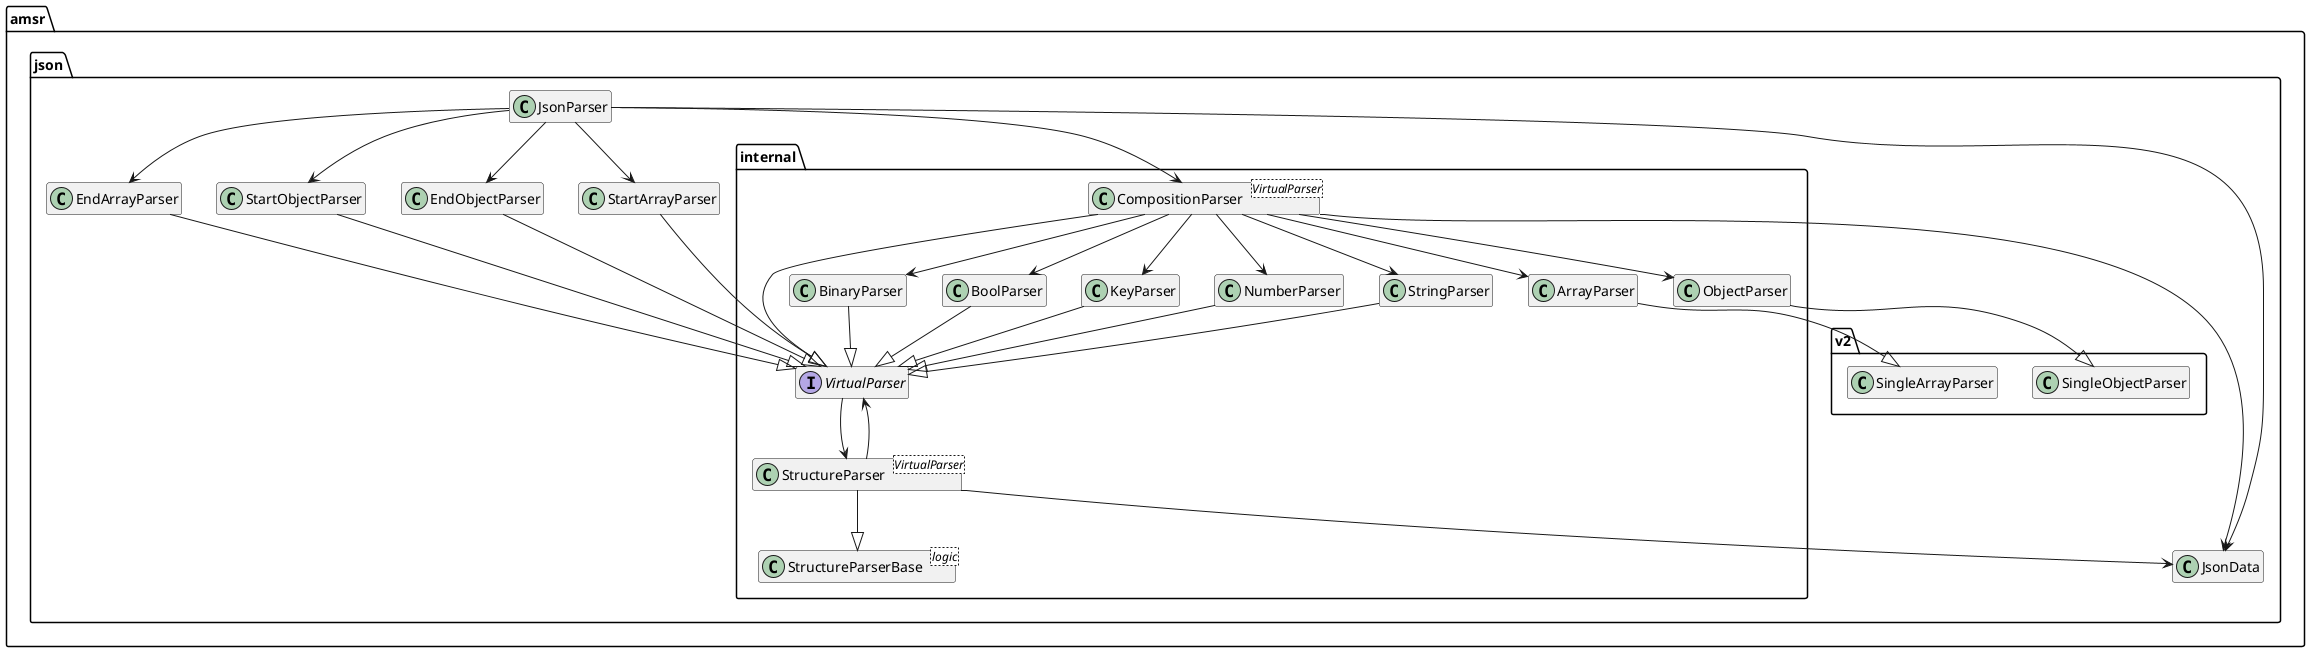
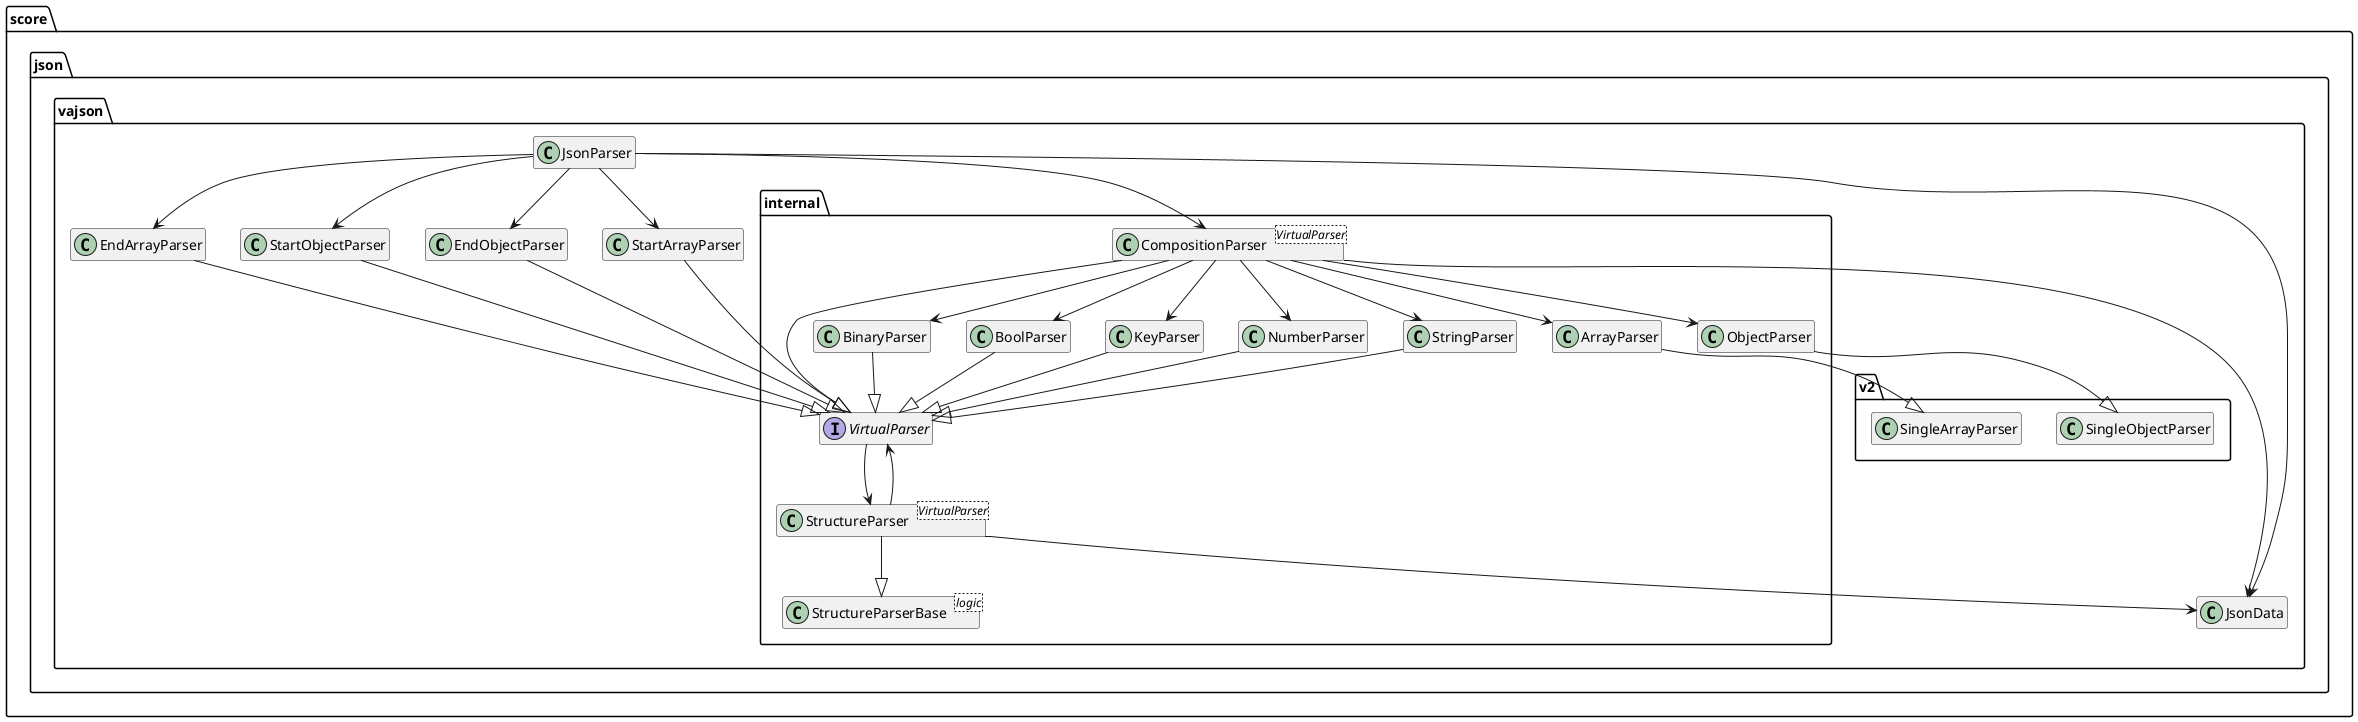
@startuml

hide empty members

- package "amsr" {
+ package "score" {
  package "json" {
+     package "vajson" {

    class JsonParser {
    }

    class StartObjectParser {}

    class EndObjectParser {}

    class StartArrayParser {}

    class EndArrayParser {}

    class JsonData {}



    package "internal" {
      Interface VirtualParser {}

      class StructureParser<VirtualParser> {}
      class StructureParserBase<logic> {}

      class CompositionParser<VirtualParser> {}
      class CompositionParser {}
      class ArrayParser {}
      class BinaryParser {}
      class BoolParser {}
      class KeyParser {}
      class NumberParser {}
      class ObjectParser {}
      class StringParser {}
      CompositionParser --> BinaryParser
      CompositionParser --> ArrayParser
      CompositionParser --> ObjectParser
      CompositionParser --> KeyParser
      CompositionParser --> NumberParser
      CompositionParser --> StringParser
      CompositionParser --> BoolParser
    }

    package "v2" {
      class SingleArrayParser {}
      class SingleObjectParser {}
    }

    JsonParser --> CompositionParser
    JsonParser --> StartObjectParser
    JsonParser --> EndObjectParser
    JsonParser --> StartArrayParser
    JsonParser --> EndArrayParser
    JsonParser --> JsonData

    StartObjectParser --|> VirtualParser
    EndObjectParser --|> VirtualParser
    StartArrayParser --|> VirtualParser
    EndArrayParser --|> VirtualParser
    BinaryParser --|> VirtualParser
    BoolParser --|> VirtualParser
    KeyParser --|> VirtualParser
    NumberParser --|> VirtualParser
    StringParser --|> VirtualParser

    CompositionParser --|> VirtualParser
    CompositionParser --> JsonData

    VirtualParser --> StructureParser

    StructureParser --> JsonData
    StructureParser --|> StructureParserBase
    StructureParser --> VirtualParser
    ArrayParser --|> SingleArrayParser

    ObjectParser --|> SingleObjectParser
+     }
  }
}

@enduml
